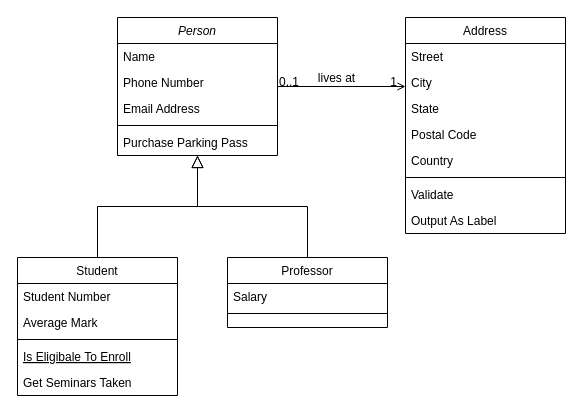
Before: Untitled Diagram.drawio in gurupratap-matharu/memos, a draw.io diagram. Source tidied: cells renumbered, new cells numbered last; positions are measured from the earlier drawing's top-left corner, leaving out a move shared by most shapes. Both pictures are drawn from the tidied source at 100%, with x=0, y=0 at pixel (17, 17).
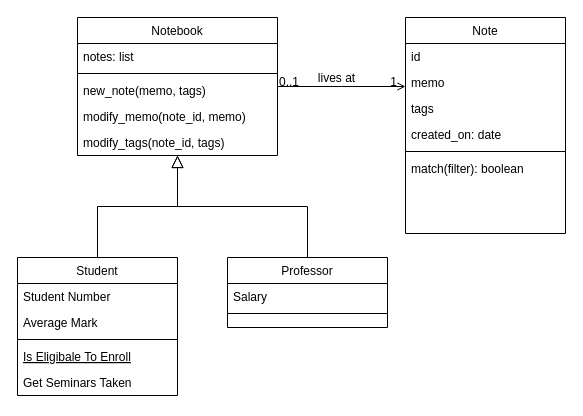
Above is the later version.

Change to the diagram source:
```diff
@@
-    <mxCell id="2" value="Person" style="swimlane;fontStyle=2;align=center;verticalAlign=top;horizontal=1;startSize=26;rounded=0;shadow=0;strokeWidth=1;" parent="1" vertex="1">
-      <mxGeometry x="100" width="160" height="138" as="geometry" />
+    <mxCell id="2" value="Notebook" style="swimlane;fontStyle=0;align=center;verticalAlign=top;horizontal=1;startSize=26;rounded=0;shadow=0;strokeWidth=1;" parent="1" vertex="1">
+      <mxGeometry x="60" width="200" height="138" as="geometry" />
     </mxCell>
-    <mxCell id="3" value="Name" style="text;align=left;verticalAlign=top;spacingLeft=4;spacingRight=4;overflow=hidden;" parent="2" vertex="1">
-      <mxGeometry y="26" width="160" height="26" as="geometry" />
+    <mxCell id="3" value="notes: list" style="text;align=left;verticalAlign=top;spacingLeft=4;spacingRight=4;overflow=hidden;" parent="2" vertex="1">
+      <mxGeometry y="26" width="200" height="26" as="geometry" />
     </mxCell>
-    <mxCell id="4" value="Phone Number" style="text;align=left;verticalAlign=top;spacingLeft=4;spacingRight=4;overflow=hidden;rounded=0;shadow=0;html=0;" parent="2" vertex="1">
-      <mxGeometry y="52" width="160" height="26" as="geometry" />
-    </mxCell>
-    <mxCell id="5" value="Email Address" style="text;align=left;verticalAlign=top;spacingLeft=4;spacingRight=4;overflow=hidden;rounded=0;shadow=0;html=0;" parent="2" vertex="1">
-      <mxGeometry y="78" width="160" height="26" as="geometry" />
-    </mxCell>
     <mxCell id="6" style="line;html=1;strokeWidth=1;align=left;verticalAlign=middle;spacingTop=-1;spacingLeft=3;spacingRight=3;labelPosition=right;" parent="2" vertex="1">
-      <mxGeometry y="104" width="160" height="8" as="geometry" />
+      <mxGeometry y="52" width="200" height="8" as="geometry" />
     </mxCell>
-    <mxCell id="7" value="Purchase Parking Pass" style="text;align=left;verticalAlign=top;spacingLeft=4;spacingRight=4;overflow=hidden;" parent="2" vertex="1">
-      <mxGeometry y="112" width="160" height="26" as="geometry" />
+    <mxCell id="7" value="new_note(memo, tags)" style="text;align=left;verticalAlign=top;spacingLeft=4;spacingRight=4;overflow=hidden;" parent="2" vertex="1">
+      <mxGeometry y="60" width="200" height="26" as="geometry" />
     </mxCell>
+    <mxCell id="32" value="modify_memo(note_id, memo)" style="text;align=left;verticalAlign=top;spacingLeft=4;spacingRight=4;overflow=hidden;" parent="2" vertex="1">
+      <mxGeometry y="86" width="200" height="26" as="geometry" />
+    </mxCell>
+    <mxCell id="33" value="modify_tags(note_id, tags)" style="text;align=left;verticalAlign=top;spacingLeft=4;spacingRight=4;overflow=hidden;" parent="2" vertex="1">
+      <mxGeometry y="112" width="200" height="26" as="geometry" />
+    </mxCell>
@@
-    <mxCell id="19" value="Address" style="swimlane;fontStyle=0;align=center;verticalAlign=top;horizontal=1;startSize=26;rounded=0;shadow=0;strokeWidth=1;" parent="1" vertex="1">
+    <mxCell id="19" value="Note" style="swimlane;fontStyle=0;align=center;verticalAlign=top;horizontal=1;startSize=26;rounded=0;shadow=0;strokeWidth=1;" parent="1" vertex="1">
       <mxGeometry x="388" width="160" height="216" as="geometry" />
     </mxCell>
+    <mxCell id="23" value="id" style="text;align=left;verticalAlign=top;spacingLeft=4;spacingRight=4;overflow=hidden;rounded=0;shadow=0;html=0;" parent="19" vertex="1">
+      <mxGeometry y="26" width="160" height="26" as="geometry" />
+    </mxCell>
-    <mxCell id="20" value="Street" style="text;align=left;verticalAlign=top;spacingLeft=4;spacingRight=4;overflow=hidden;" parent="19" vertex="1">
-      <mxGeometry y="26" width="160" height="26" as="geometry" />
+    <mxCell id="20" value="memo" style="text;align=left;verticalAlign=top;spacingLeft=4;spacingRight=4;overflow=hidden;" parent="19" vertex="1">
+      <mxGeometry y="52" width="160" height="26" as="geometry" />
     </mxCell>
+    <mxCell id="22" value="tags" style="text;align=left;verticalAlign=top;spacingLeft=4;spacingRight=4;overflow=hidden;rounded=0;shadow=0;html=0;" parent="19" vertex="1">
+      <mxGeometry y="78" width="160" height="26" as="geometry" />
+    </mxCell>
-    <mxCell id="21" value="City" style="text;align=left;verticalAlign=top;spacingLeft=4;spacingRight=4;overflow=hidden;rounded=0;shadow=0;html=0;" parent="19" vertex="1">
-      <mxGeometry y="52" width="160" height="26" as="geometry" />
+    <mxCell id="21" value="created_on: date" style="text;align=left;verticalAlign=top;spacingLeft=4;spacingRight=4;overflow=hidden;rounded=0;shadow=0;html=0;" parent="19" vertex="1">
+      <mxGeometry y="104" width="160" height="26" as="geometry" />
     </mxCell>
-    <mxCell id="22" value="State" style="text;align=left;verticalAlign=top;spacingLeft=4;spacingRight=4;overflow=hidden;rounded=0;shadow=0;html=0;" parent="19" vertex="1">
-      <mxGeometry y="78" width="160" height="26" as="geometry" />
-    </mxCell>
-    <mxCell id="23" value="Postal Code" style="text;align=left;verticalAlign=top;spacingLeft=4;spacingRight=4;overflow=hidden;rounded=0;shadow=0;html=0;" parent="19" vertex="1">
-      <mxGeometry y="104" width="160" height="26" as="geometry" />
-    </mxCell>
-    <mxCell id="24" value="Country" style="text;align=left;verticalAlign=top;spacingLeft=4;spacingRight=4;overflow=hidden;rounded=0;shadow=0;html=0;" parent="19" vertex="1">
-      <mxGeometry y="130" width="160" height="26" as="geometry" />
-    </mxCell>
     <mxCell id="25" style="line;html=1;strokeWidth=1;align=left;verticalAlign=middle;spacingTop=-1;spacingLeft=3;spacingRight=3;labelPosition=right;" parent="19" vertex="1">
-      <mxGeometry y="156" width="160" height="8" as="geometry" />
+      <mxGeometry y="130" width="160" height="8" as="geometry" />
     </mxCell>
-    <mxCell id="26" value="Validate" style="text;align=left;verticalAlign=top;spacingLeft=4;spacingRight=4;overflow=hidden;" parent="19" vertex="1">
-      <mxGeometry y="164" width="160" height="26" as="geometry" />
+    <mxCell id="26" value="match(filter): boolean" style="text;align=left;verticalAlign=top;spacingLeft=4;spacingRight=4;overflow=hidden;" parent="19" vertex="1">
+      <mxGeometry y="138" width="160" height="26" as="geometry" />
     </mxCell>
-    <mxCell id="27" value="Output As Label" style="text;align=left;verticalAlign=top;spacingLeft=4;spacingRight=4;overflow=hidden;" parent="19" vertex="1">
-      <mxGeometry y="190" width="160" height="26" as="geometry" />
-    </mxCell>
```
